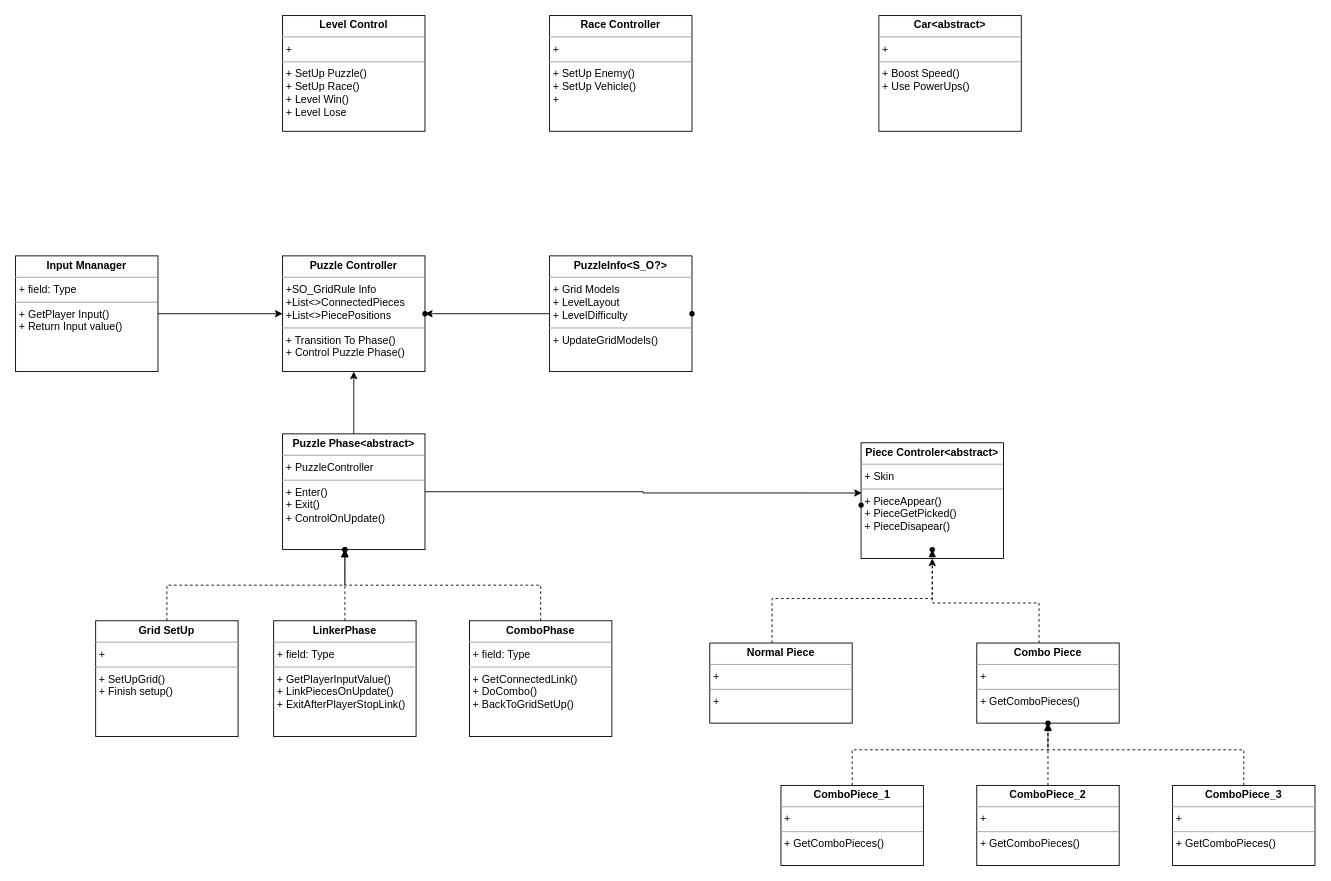
Before: Car_Puzzle_Chart.drawio in tranduy1995/CodeChart, a draw.io diagram. Source tidied: cells renumbered, new cells numbered last; positions are measured from the earlier drawing's top-left corner, leaving out a move shared by most shapes. Both pictures are drawn from the tidied source at 89%, with x=0, y=0 at pixel (15, 15).
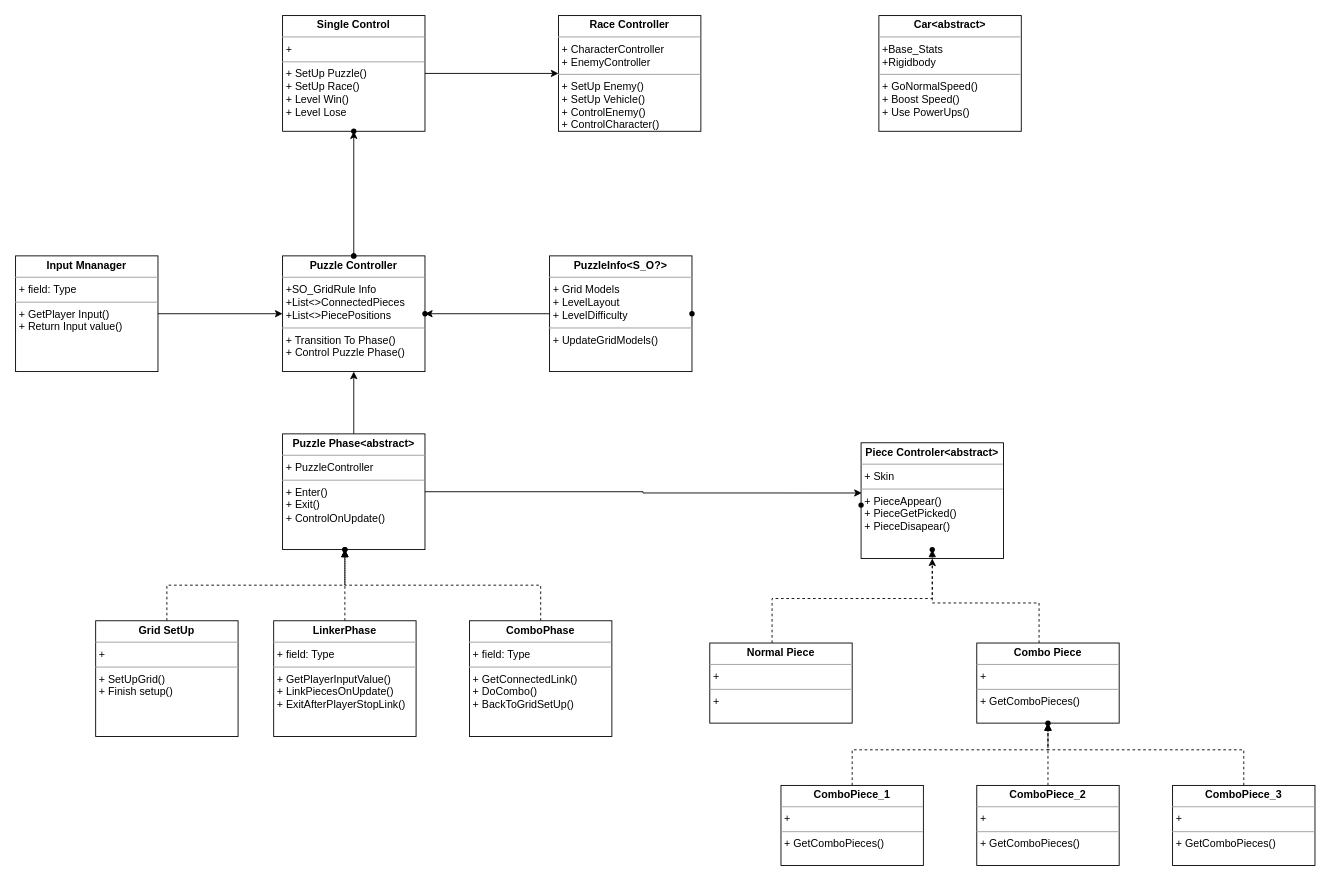
The same diagram, later.

What changed in the source:
```diff
@@
+    <mxCell id="37" style="edgeStyle=orthogonalEdgeStyle;rounded=0;jettySize=auto;html=1;" parent="1" edge="1" source="34" target="35">
+      <mxGeometry relative="1" as="geometry" />
+    </mxCell>
-    <mxCell id="34" value="&lt;p style=&quot;margin:0px;margin-top:4px;text-align:center;&quot;&gt;&lt;b&gt;Level Control&lt;/b&gt;&lt;/p&gt;&lt;hr size=&quot;1&quot;&gt;&lt;p style=&quot;margin:0px;margin-left:4px;&quot;&gt;+&lt;br&gt;&lt;/p&gt;&lt;hr size=&quot;1&quot;&gt;&lt;p style=&quot;margin:0px;margin-left:4px;&quot;&gt;+ SetUp Puzzle()&lt;/p&gt;&lt;p style=&quot;margin:0px;margin-left:4px;&quot;&gt;+ SetUp Race()&lt;/p&gt;&lt;p style=&quot;margin:0px;margin-left:4px;&quot;&gt;+ Level Win()&lt;/p&gt;&lt;p style=&quot;margin:0px;margin-left:4px;&quot;&gt;+ Level Lose&lt;/p&gt;&lt;p style=&quot;margin:0px;margin-left:4px;&quot;&gt;&lt;br&gt;&lt;/p&gt;&lt;p style=&quot;margin:0px;margin-left:4px;&quot;&gt;&lt;br&gt;&lt;/p&gt;" style="verticalAlign=top;align=left;overflow=fill;fontSize=12;fontFamily=Helvetica;html=1;whiteSpace=wrap;" parent="1" vertex="1">
+    <mxCell id="34" value="&lt;p style=&quot;margin:0px;margin-top:4px;text-align:center;&quot;&gt;&lt;b&gt;Single Control&lt;/b&gt;&lt;/p&gt;&lt;hr size=&quot;1&quot;&gt;&lt;p style=&quot;margin:0px;margin-left:4px;&quot;&gt;+&lt;br&gt;&lt;/p&gt;&lt;hr size=&quot;1&quot;&gt;&lt;p style=&quot;margin:0px;margin-left:4px;&quot;&gt;+ SetUp Puzzle()&lt;/p&gt;&lt;p style=&quot;margin:0px;margin-left:4px;&quot;&gt;+ SetUp Race()&lt;/p&gt;&lt;p style=&quot;margin:0px;margin-left:4px;&quot;&gt;+ Level Win()&lt;/p&gt;&lt;p style=&quot;margin:0px;margin-left:4px;&quot;&gt;+ Level Lose&lt;/p&gt;&lt;p style=&quot;margin:0px;margin-left:4px;&quot;&gt;&lt;br&gt;&lt;/p&gt;&lt;p style=&quot;margin:0px;margin-left:4px;&quot;&gt;&lt;br&gt;&lt;/p&gt;" style="verticalAlign=top;align=left;overflow=fill;fontSize=12;fontFamily=Helvetica;html=1;whiteSpace=wrap;" parent="1" vertex="1">
       <mxGeometry x="300" width="160" height="130" as="geometry" />
     </mxCell>
-    <mxCell id="35" value="&lt;p style=&quot;margin:0px;margin-top:4px;text-align:center;&quot;&gt;&lt;b&gt;Race Controller&lt;/b&gt;&lt;/p&gt;&lt;hr size=&quot;1&quot;&gt;&lt;p style=&quot;margin:0px;margin-left:4px;&quot;&gt;+&lt;br&gt;&lt;/p&gt;&lt;hr size=&quot;1&quot;&gt;&lt;p style=&quot;margin:0px;margin-left:4px;&quot;&gt;+ SetUp Enemy()&lt;/p&gt;&lt;p style=&quot;margin:0px;margin-left:4px;&quot;&gt;+ SetUp Vehicle()&lt;/p&gt;&lt;p style=&quot;margin:0px;margin-left:4px;&quot;&gt;+&amp;nbsp;&lt;/p&gt;&lt;p style=&quot;margin:0px;margin-left:4px;&quot;&gt;&lt;br&gt;&lt;/p&gt;&lt;p style=&quot;margin:0px;margin-left:4px;&quot;&gt;&lt;br&gt;&lt;/p&gt;" style="verticalAlign=top;align=left;overflow=fill;fontSize=12;fontFamily=Helvetica;html=1;whiteSpace=wrap;" parent="1" vertex="1">
-      <mxGeometry x="600" width="160" height="130" as="geometry" />
+    <mxCell id="35" value="&lt;p style=&quot;margin:0px;margin-top:4px;text-align:center;&quot;&gt;&lt;b&gt;Race Controller&lt;/b&gt;&lt;/p&gt;&lt;hr size=&quot;1&quot;&gt;&lt;p style=&quot;margin:0px;margin-left:4px;&quot;&gt;+ CharacterController&lt;br&gt;&lt;/p&gt;&lt;p style=&quot;margin:0px;margin-left:4px;&quot;&gt;+ EnemyController&lt;/p&gt;&lt;hr size=&quot;1&quot;&gt;&lt;p style=&quot;margin:0px;margin-left:4px;&quot;&gt;+ SetUp Enemy()&lt;/p&gt;&lt;p style=&quot;margin:0px;margin-left:4px;&quot;&gt;+ SetUp Vehicle()&lt;/p&gt;&lt;p style=&quot;margin:0px;margin-left:4px;&quot;&gt;+ ControlEnemy()&lt;/p&gt;&lt;p style=&quot;margin:0px;margin-left:4px;&quot;&gt;+ ControlCharacter()&lt;/p&gt;&lt;p style=&quot;margin:0px;margin-left:4px;&quot;&gt;&lt;br&gt;&lt;/p&gt;&lt;p style=&quot;margin:0px;margin-left:4px;&quot;&gt;&lt;br&gt;&lt;/p&gt;" style="verticalAlign=top;align=left;overflow=fill;fontSize=12;fontFamily=Helvetica;html=1;whiteSpace=wrap;" parent="1" vertex="1">
+      <mxGeometry x="610" width="160" height="130" as="geometry" />
     </mxCell>
-    <mxCell id="36" value="&lt;p style=&quot;margin:0px;margin-top:4px;text-align:center;&quot;&gt;&lt;b&gt;Car&amp;lt;abstract&amp;gt;&lt;/b&gt;&lt;/p&gt;&lt;hr size=&quot;1&quot;&gt;&lt;p style=&quot;margin:0px;margin-left:4px;&quot;&gt;+&lt;br&gt;&lt;/p&gt;&lt;hr size=&quot;1&quot;&gt;&lt;p style=&quot;margin:0px;margin-left:4px;&quot;&gt;+ Boost Speed()&lt;/p&gt;&lt;p style=&quot;margin:0px;margin-left:4px;&quot;&gt;+ Use PowerUps()&lt;/p&gt;&lt;p style=&quot;margin:0px;margin-left:4px;&quot;&gt;&lt;br&gt;&lt;/p&gt;&lt;p style=&quot;margin:0px;margin-left:4px;&quot;&gt;&lt;br&gt;&lt;/p&gt;" style="verticalAlign=top;align=left;overflow=fill;fontSize=12;fontFamily=Helvetica;html=1;whiteSpace=wrap;" parent="1" vertex="1">
+    <mxCell id="36" value="&lt;p style=&quot;margin:0px;margin-top:4px;text-align:center;&quot;&gt;&lt;b&gt;Car&amp;lt;abstract&amp;gt;&lt;/b&gt;&lt;/p&gt;&lt;hr size=&quot;1&quot;&gt;&lt;p style=&quot;margin:0px;margin-left:4px;&quot;&gt;+Base_Stats&lt;/p&gt;&lt;p style=&quot;margin:0px;margin-left:4px;&quot;&gt;+Rigidbody&lt;/p&gt;&lt;hr size=&quot;1&quot;&gt;&lt;p style=&quot;margin:0px;margin-left:4px;&quot;&gt;+ GoNormalSpeed()&lt;/p&gt;&lt;p style=&quot;margin:0px;margin-left:4px;&quot;&gt;+ Boost Speed()&lt;/p&gt;&lt;p style=&quot;margin:0px;margin-left:4px;&quot;&gt;+ Use PowerUps()&lt;/p&gt;&lt;p style=&quot;margin:0px;margin-left:4px;&quot;&gt;&lt;br&gt;&lt;/p&gt;&lt;p style=&quot;margin:0px;margin-left:4px;&quot;&gt;&lt;br&gt;&lt;/p&gt;" style="verticalAlign=top;align=left;overflow=fill;fontSize=12;fontFamily=Helvetica;html=1;whiteSpace=wrap;" parent="1" vertex="1">
       <mxGeometry x="970" width="160" height="130" as="geometry" />
     </mxCell>
+    <mxCell id="38" style="shape=waypoint;sketch=0;size=6;fillColor=default;perimeter=centerPerimeter;align=left;verticalAlign=top;" parent="1" vertex="1">
+      <mxGeometry x="370" y="260" width="20" height="20" as="geometry" />
+    </mxCell>
+    <mxCell id="39" style="edgeStyle=orthogonalEdgeStyle;rounded=0;jettySize=auto;html=1;" parent="1" edge="1" source="40" target="41">
+      <mxGeometry relative="1" as="geometry" />
+    </mxCell>
+    <mxCell id="40" style="shape=waypoint;sketch=0;size=6;points=[];fillColor=default;perimeter=centerPerimeter;snapToPoint=1;align=left;verticalAlign=top;" parent="1" vertex="1">
+      <mxGeometry x="370" y="260" width="20" height="20" as="geometry" />
+    </mxCell>
+    <mxCell id="41" style="shape=waypoint;sketch=0;size=6;points=[];fillColor=default;perimeter=centerPerimeter;snapToPoint=1;align=left;verticalAlign=top;" parent="1" vertex="1">
+      <mxGeometry x="370" y="120" width="20" height="20" as="geometry" />
+    </mxCell>
```
